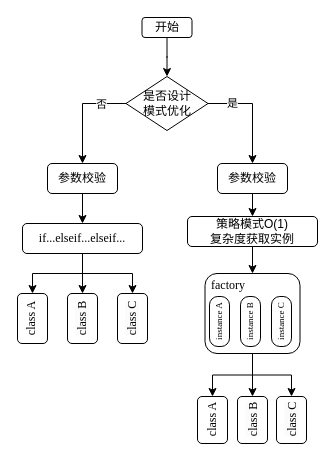
Before: DrawIO_file/流程图/单例+工厂+策略.drawio in DingDongZz/typera_PicGO, a draw.io diagram. Source tidied: cells renumbered, new cells numbered last; positions are measured from the earlier drawing's top-left corner, leaving out a move shared by most shapes. Both pictures are drawn from the tidied source at 100%, with x=0, y=0 at pixel (17, 17).
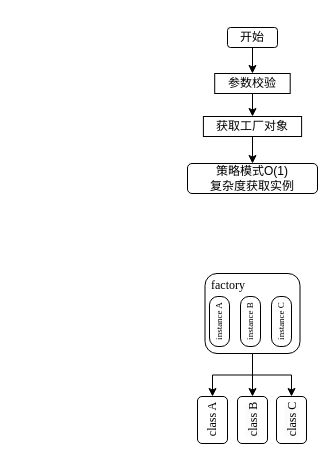
The same page after the edit.

Commit message (it also covers changes not shown here):
更新单例+工厂+策略.drawio

The change refers to these unchanged cells:
```xml
<mxCell id="20" style="rounded=1;whiteSpace=wrap;html=1;fontFamily=Times New Roman;" parent="1" vertex="1">
  <mxGeometry x="187.5" y="256" width="95" height="80" as="geometry" />
</mxCell>
```

Diff of the diagram source:
```diff
@@
-    <mxCell id="2" style="edgeStyle=orthogonalEdgeStyle;rounded=0;jettySize=auto;html=1;entryX=0.5;entryY=0;entryDx=0;entryDy=0;exitX=0;exitY=0.5;exitDx=0;exitDy=0;fontFamily=Times New Roman;" parent="1" edge="1" source="25" target="7">
-      <mxGeometry relative="1" as="geometry" />
-    </mxCell>
-    <mxCell id="3" value="否" style="edgeLabel;html=1;align=center;verticalAlign=middle;fontFamily=宋体;" parent="2" vertex="1">
-      <mxGeometry x="-0.52" relative="1" as="geometry" />
-    </mxCell>
-    <mxCell id="4" style="edgeStyle=orthogonalEdgeStyle;rounded=0;jettySize=auto;html=1;entryX=0.5;entryY=0;entryDx=0;entryDy=0;exitX=1;exitY=0.5;exitDx=0;exitDy=0;fontFamily=Times New Roman;" parent="1" edge="1" source="25" target="15">
-      <mxGeometry relative="1" as="geometry" />
-    </mxCell>
-    <mxCell id="5" value="是" style="edgeLabel;html=1;align=center;verticalAlign=middle;fontFamily=宋体;" parent="4" vertex="1">
-      <mxGeometry x="-0.55" y="1" relative="1" as="geometry" />
-    </mxCell>
-    <mxCell id="6" style="edgeStyle=orthogonalEdgeStyle;rounded=0;jettySize=auto;html=1;entryX=0.5;entryY=0;entryDx=0;entryDy=0;fontFamily=Times New Roman;" parent="1" edge="1" source="7" target="11">
-      <mxGeometry relative="1" as="geometry" />
-    </mxCell>
-    <mxCell id="7" value="参数校验" style="rounded=1;whiteSpace=wrap;html=1;fontFamily=宋体;" parent="1" vertex="1">
-      <mxGeometry x="30" y="146" width="70" height="30" as="geometry" />
-    </mxCell>
-    <mxCell id="8" style="edgeStyle=orthogonalEdgeStyle;rounded=0;jettySize=auto;html=1;entryX=0.5;entryY=0;entryDx=0;entryDy=0;fontFamily=Times New Roman;" parent="1" edge="1" source="11" target="12">
-      <mxGeometry relative="1" as="geometry" />
-    </mxCell>
-    <mxCell id="9" style="edgeStyle=orthogonalEdgeStyle;rounded=0;jettySize=auto;html=1;entryX=0.5;entryY=0;entryDx=0;entryDy=0;fontFamily=Times New Roman;" parent="1" edge="1" source="11" target="13">
-      <mxGeometry relative="1" as="geometry" />
-    </mxCell>
-    <mxCell id="10" style="edgeStyle=orthogonalEdgeStyle;rounded=0;jettySize=auto;html=1;entryX=0.5;entryY=0;entryDx=0;entryDy=0;fontFamily=Times New Roman;" parent="1" edge="1" source="11" target="14">
-      <mxGeometry relative="1" as="geometry" />
-    </mxCell>
-    <mxCell id="11" value="if...elseif...elseif..." style="rounded=1;whiteSpace=wrap;html=1;fontFamily=Times New Roman;" parent="1" vertex="1">
-      <mxGeometry x="5" y="206" width="120" height="30" as="geometry" />
-    </mxCell>
-    <mxCell id="12" value="class A" style="rounded=1;whiteSpace=wrap;html=1;verticalAlign=top;horizontal=0;fontFamily=Times New Roman;" parent="1" vertex="1">
-      <mxGeometry y="276" width="30" height="50" as="geometry" />
-    </mxCell>
-    <mxCell id="13" value="&lt;span style=&quot;color: rgb(0, 0, 0); font-size: 12px; font-style: normal; font-variant-ligatures: normal; font-variant-caps: normal; font-weight: 400; letter-spacing: normal; orphans: 2; text-align: center; text-indent: 0px; text-transform: none; widows: 2; word-spacing: 0px; -webkit-text-stroke-width: 0px; white-space: normal; background-color: rgb(251, 251, 251); text-decoration-thickness: initial; text-decoration-style: initial; text-decoration-color: initial; float: none; display: inline !important;&quot;&gt;class B&lt;/span&gt;" style="rounded=1;whiteSpace=wrap;html=1;horizontal=0;fontFamily=Times New Roman;" parent="1" vertex="1">
-      <mxGeometry x="50" y="276" width="30" height="50" as="geometry" />
-    </mxCell>
-    <mxCell id="14" value="&lt;span style=&quot;color: rgb(0, 0, 0); font-size: 12px; font-style: normal; font-variant-ligatures: normal; font-variant-caps: normal; font-weight: 400; letter-spacing: normal; orphans: 2; text-align: center; text-indent: 0px; text-transform: none; widows: 2; word-spacing: 0px; -webkit-text-stroke-width: 0px; white-space: normal; background-color: rgb(251, 251, 251); text-decoration-thickness: initial; text-decoration-style: initial; text-decoration-color: initial; float: none; display: inline !important;&quot;&gt;class C&lt;/span&gt;" style="rounded=1;whiteSpace=wrap;html=1;horizontal=0;fontFamily=Times New Roman;" parent="1" vertex="1">
-      <mxGeometry x="100" y="276" width="30" height="50" as="geometry" />
-    </mxCell>
+    <mxCell id="33" style="edgeStyle=orthogonalEdgeStyle;rounded=0;jettySize=auto;html=1;entryX=0.5;entryY=0;entryDx=0;entryDy=0;" parent="1" edge="1" source="15" target="35">
+      <mxGeometry relative="1" as="geometry" />
+    </mxCell>
-    <mxCell id="15" value="参数校验" style="rounded=1;whiteSpace=wrap;html=1;fontFamily=宋体;" parent="1" vertex="1">
-      <mxGeometry x="200" y="146" width="70" height="30" as="geometry" />
+    <mxCell id="15" value="参数校验" style="rounded=0;whiteSpace=wrap;html=1;fontFamily=宋体;" parent="1" vertex="1">
+      <mxGeometry x="197.2" y="56" width="75.5" height="20" as="geometry" />
     </mxCell>
     <mxCell id="16" value="策略模式O(1)&lt;div&gt;复杂度获取实例&lt;/div&gt;" style="rounded=1;whiteSpace=wrap;html=1;fontFamily=宋体;" parent="1" vertex="1">
-      <mxGeometry x="170" y="199" width="130" height="30" as="geometry" />
+      <mxGeometry x="170" y="146" width="130" height="30" as="geometry" />
     </mxCell>
@@
-    <mxCell id="24" style="edgeStyle=orthogonalEdgeStyle;rounded=0;jettySize=auto;html=1;entryX=0.5;entryY=0;entryDx=0;entryDy=0;fontFamily=Times New Roman;" parent="1" edge="1" source="15" target="16">
-      <mxGeometry relative="1" as="geometry" />
-    </mxCell>
-    <mxCell id="25" value="是否设计&lt;div&gt;模式优化&lt;/div&gt;" style="rhombus;whiteSpace=wrap;html=1;fontFamily=宋体;" parent="1" vertex="1">
-      <mxGeometry x="108.5" y="59" width="82" height="54" as="geometry" />
-    </mxCell>
-    <mxCell id="26" style="edgeStyle=orthogonalEdgeStyle;rounded=0;jettySize=auto;html=1;entryX=0.5;entryY=0;entryDx=0;entryDy=0;fontFamily=Times New Roman;" parent="1" edge="1" source="27" target="25">
+    <mxCell id="26" style="edgeStyle=orthogonalEdgeStyle;rounded=0;jettySize=auto;html=1;entryX=0.5;entryY=0;entryDx=0;entryDy=0;fontFamily=Times New Roman;" parent="1" edge="1" source="27" target="15">
       <mxGeometry relative="1" as="geometry" />
     </mxCell>
     <mxCell id="27" value="开始" style="rounded=1;whiteSpace=wrap;html=1;fontFamily=宋体;" parent="1" vertex="1">
-      <mxGeometry x="124.5" width="50" height="20" as="geometry" />
+      <mxGeometry x="210" y="10" width="50" height="20" as="geometry" />
     </mxCell>
@@
-    <mxCell id="32" style="edgeStyle=orthogonalEdgeStyle;rounded=0;jettySize=auto;html=1;entryX=0.5;entryY=0;entryDx=0;entryDy=0;fontFamily=Times New Roman;" parent="1" edge="1" source="16" target="20">
-      <mxGeometry relative="1" as="geometry" />
-    </mxCell>
+    <mxCell id="34" style="edgeStyle=orthogonalEdgeStyle;rounded=0;jettySize=auto;html=1;entryX=0.5;entryY=0;entryDx=0;entryDy=0;" parent="1" edge="1" source="35" target="16">
+      <mxGeometry relative="1" as="geometry" />
+    </mxCell>
+    <mxCell id="35" value="获取工厂对象" style="rounded=0;whiteSpace=wrap;html=1;fontFamily=宋体;" parent="1" vertex="1">
+      <mxGeometry x="185.9" y="99" width="98.2" height="20" as="geometry" />
+    </mxCell>
```
